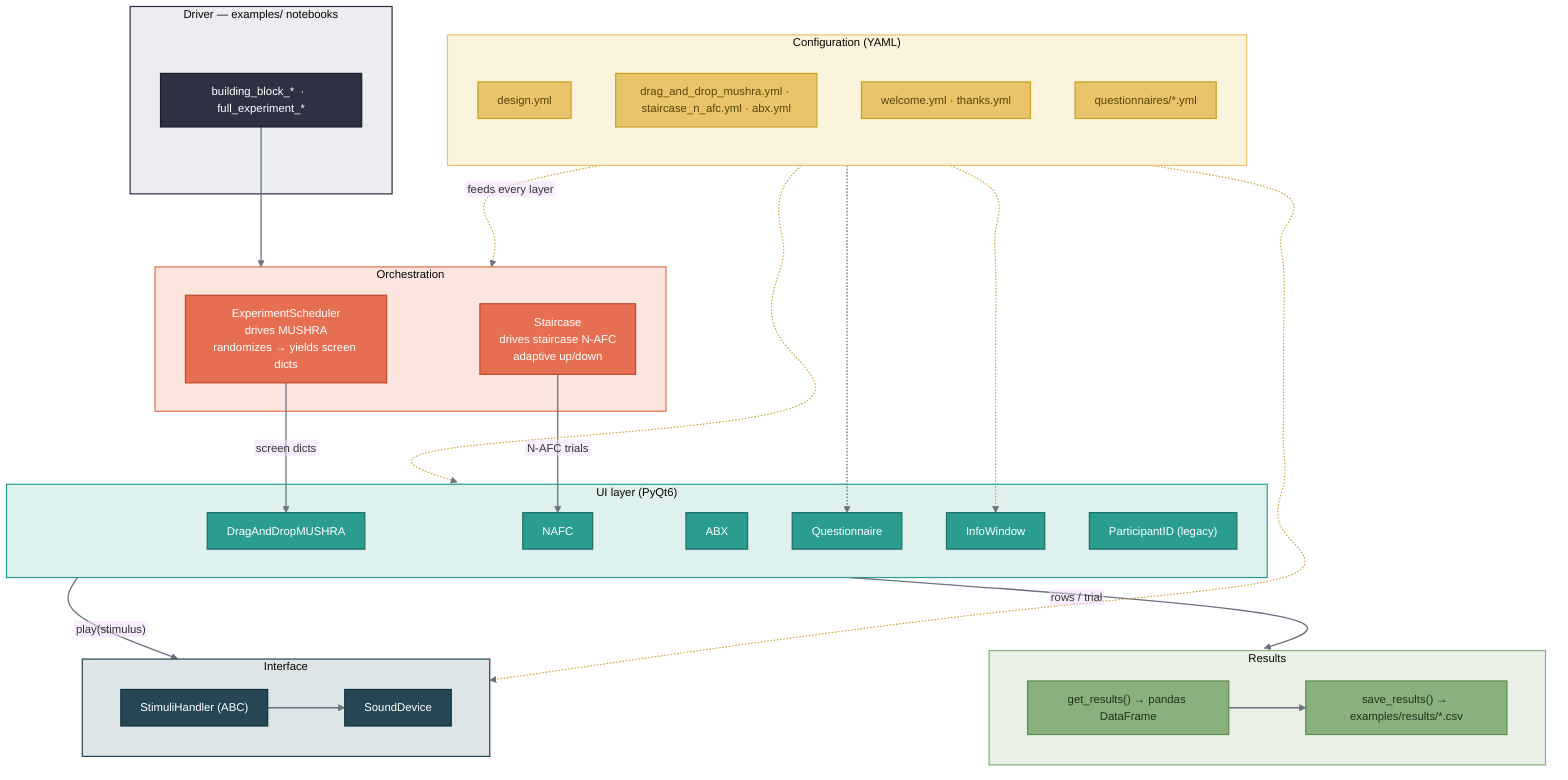
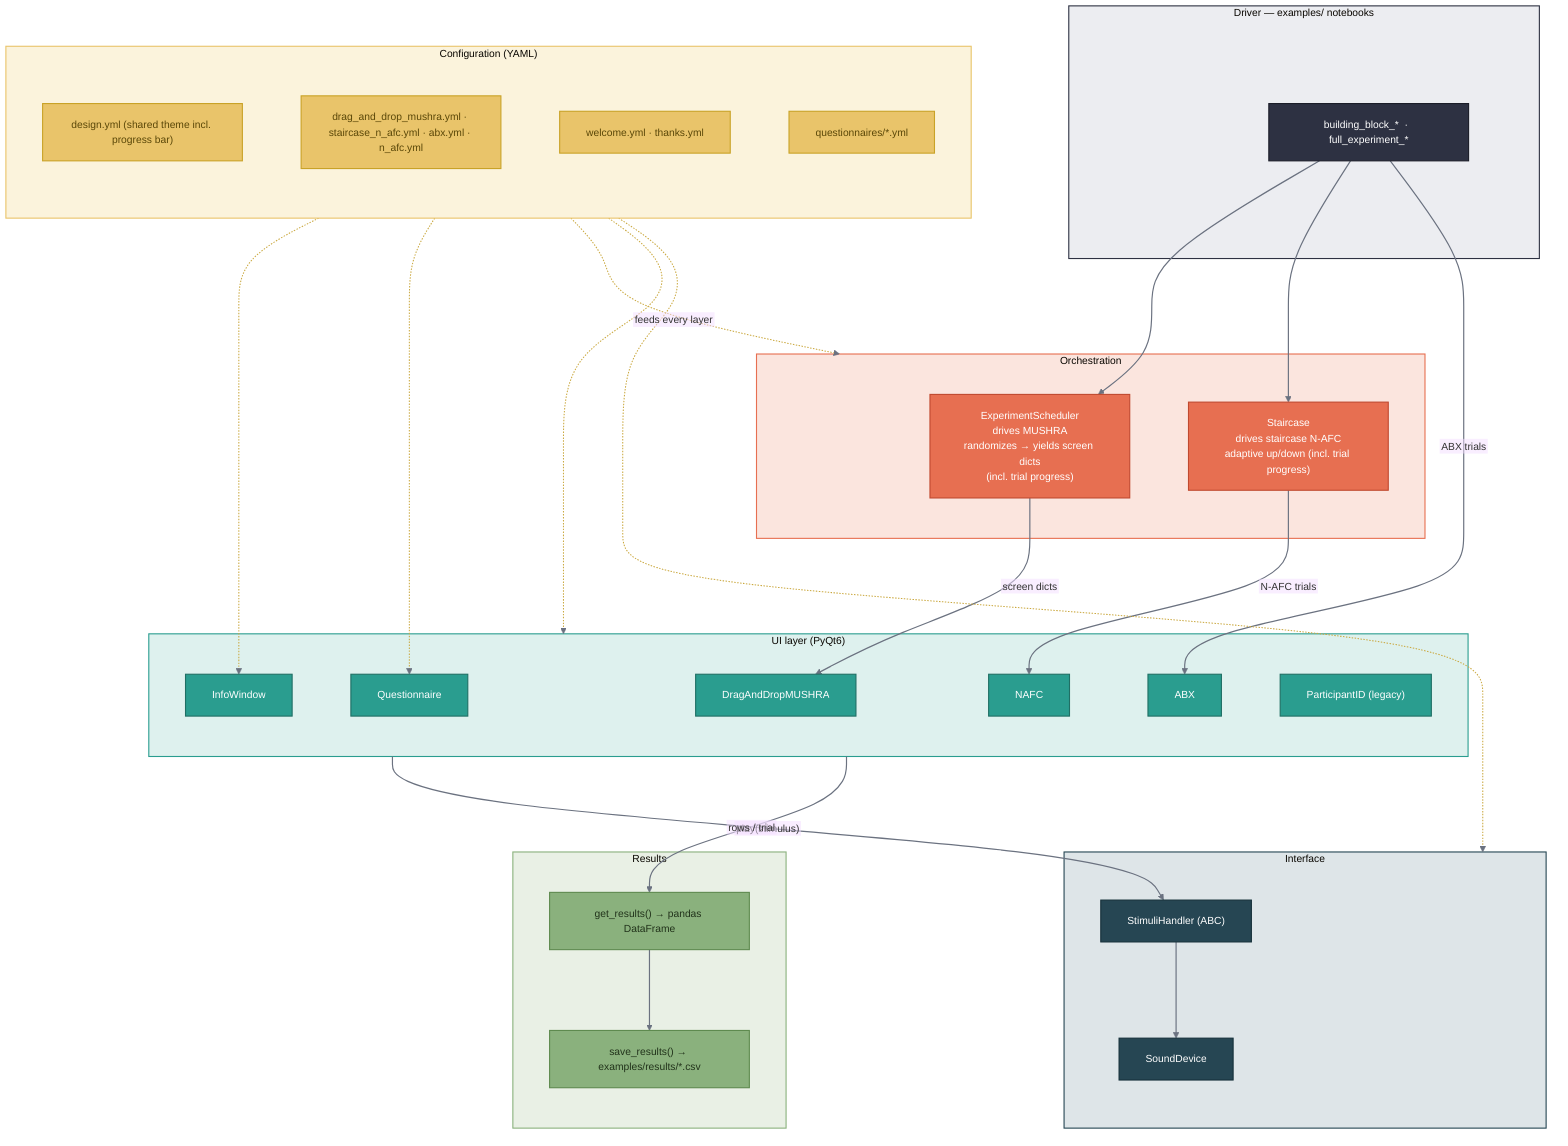
%% whispy architecture — paste into https://mermaid.live to export PNG/SVG
- %%{init: {"theme":"base","fontFamily":"Arial","themeVariables":{"fontFamily":"Arial","fontSize":"14px","lineColor":"#6b7280"},"flowchart":{"curve":"natural","nodeSpacing":55,"rankSpacing":70,"padding":12,"htmlLabels":false,"useMaxWidth":true}}}%%
+ %%{init: {"theme":"base","fontFamily":"Arial","themeVariables":{"fontFamily":"Arial","fontSize":"14px","lineColor":"#6b7280"},"flowchart":{"curve":"basis","nodeSpacing":80,"rankSpacing":110,"padding":18,"htmlLabels":false,"useMaxWidth":true}}}%%

flowchart TB
    subgraph DRV["Driver — examples/ notebooks"]
        NB["building_block_*  ·  full_experiment_*"]
    end

    subgraph CFG["Configuration (YAML)"]
        direction TB
-         C1["design.yml"]
-         C2["drag_and_drop_mushra.yml · staircase_n_afc.yml · abx.yml"]
+         C1["design.yml (shared theme incl. progress bar)"]
+         C2["drag_and_drop_mushra.yml · staircase_n_afc.yml · abx.yml · n_afc.yml"]
        C3["welcome.yml · thanks.yml"]
        C4["questionnaires/*.yml"]
    end

    subgraph ORCH["Orchestration"]
-         SCH["ExperimentScheduler<br/>drives MUSHRA<br/>randomizes → yields screen dicts"]
-         STC["Staircase<br/>drives staircase N-AFC<br/>adaptive up/down"]
+         SCH["ExperimentScheduler<br/>drives MUSHRA<br/>randomizes → yields screen dicts<br/>(incl. trial progress)"]
+         STC["Staircase<br/>drives staircase N-AFC<br/>adaptive up/down (incl. trial progress)"]
    end

    subgraph UI["UI layer (PyQt6)"]
        MU["DragAndDropMUSHRA"]
        NA["NAFC"]
        AB["ABX"]
        QU["Questionnaire"]
        IN["InfoWindow"]
        PI["ParticipantID (legacy)"]
    end

    subgraph AUD["Interface"]
        SH["StimuliHandler (ABC)"]
        SD["SoundDevice"]
    end

    subgraph RES["Results"]
        GR["get_results() → pandas DataFrame"]
        SR["save_results() → examples/results/*.csv"]
    end

-     NB --> ORCH
-     SCH -->|screen dicts| MU
-     STC -->|N-AFC trials| NA
-     UI -->|"play(stimulus)"| AUD
+     NB --> SCH
+     NB --> STC
+     NB -->|"ABX trials"| AB
+     SCH -->|"screen dicts"| MU
+     STC -->|"N-AFC trials"| NA
+     UI -->|"play(stimulus)"| SH
    SH --> SD
-     UI -->|rows / trial| RES
+     UI -->|"rows / trial"| GR
    GR --> SR

    CFG -. feeds every layer .-> ORCH
    CFG -.-> UI
    CFG -.-> AUD
    C3 -.-> IN
    C4 -.-> QU

    classDef cfg fill:#E9C46A,stroke:#C9A227,stroke-width:1.5px,color:#5a4708;
    classDef orch fill:#E76F51,stroke:#c0492f,stroke-width:1.5px,color:#fff;
    classDef ui fill:#2A9D8F,stroke:#1f6f64,stroke-width:1.5px,color:#fff;
    classDef aud fill:#264653,stroke:#16303a,stroke-width:1.5px,color:#fff;
    classDef res fill:#8AB17D,stroke:#5e8a4f,stroke-width:1.5px,color:#22331b;
    classDef drv fill:#2D3142,stroke:#1b1d28,stroke-width:1.5px,color:#fff;
    class C1,C2,C3,C4 cfg;
    class SCH,STC orch;
    class MU,NA,AB,QU,IN,PI ui;
    class SH,SD aud;
    class GR,SR res;
    class NB drv;

    %% soft per-cluster background tints (a light wash of each group's colour)
    style DRV fill:#ECEDF1,stroke:#2D3142,stroke-width:1.5px,color:#2D3142;
    style CFG fill:#FBF3DC,stroke:#E9C46A,stroke-width:1.5px,color:#5a4708;
    style ORCH fill:#FBE5DE,stroke:#E76F51,stroke-width:1.5px,color:#7a2e1c;
    style UI fill:#DEF1EE,stroke:#2A9D8F,stroke-width:1.5px,color:#1f6f64;
    style AUD fill:#DEE5E8,stroke:#264653,stroke-width:1.5px,color:#264653;
    style RES fill:#E9F0E5,stroke:#8AB17D,stroke-width:1.5px,color:#3f5a33;

    %% edges: data flow in grey, the dotted config feeds in soft gold
    linkStyle default stroke:#6b7280,stroke-width:1.6px;
-     linkStyle 7,8,9,10 stroke:#caa83f,stroke-width:1.4px;
+     linkStyle 9,10,11,12,13 stroke:#caa83f,stroke-width:1.4px;
